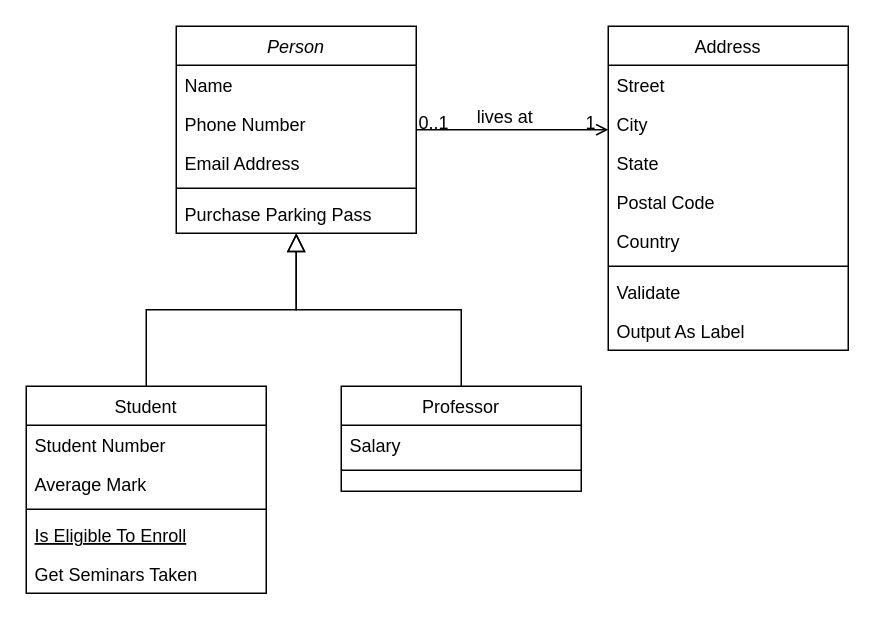
Barry319/UML keeps this draw.io diagram as Unbenanntes Diagramm.drawio. Above is the earlier version. Source tidied: cells renumbered, new cells numbered last; positions are measured from the earlier drawing's top-left corner, leaving out a move shared by most shapes. Both pictures are drawn from the tidied source at 150%, with x=0, y=0 at pixel (26, 26).
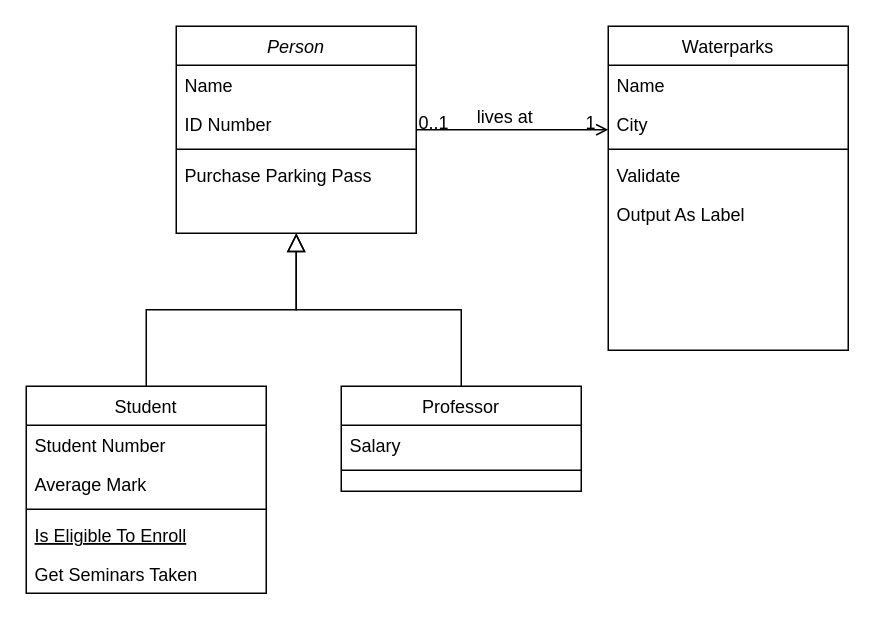
Above is the later version.

Unchanged cells that the change refers to:
```xml
<mxCell id="2" value="Person" style="swimlane;fontStyle=2;align=center;verticalAlign=top;horizontal=1;startSize=26;rounded=0;shadow=0;strokeWidth=1;" parent="1" vertex="1">
  <mxGeometry x="100" width="160" height="138" as="geometry" />
</mxCell>
```

Diff of the diagram source:
```diff
@@
-    <mxCell id="4" value="Phone Number" style="text;align=left;verticalAlign=top;spacingLeft=4;spacingRight=4;overflow=hidden;rounded=0;shadow=0;html=0;" parent="2" vertex="1">
+    <mxCell id="4" value="ID Number" style="text;align=left;verticalAlign=top;spacingLeft=4;spacingRight=4;overflow=hidden;rounded=0;shadow=0;html=0;" parent="2" vertex="1">
       <mxGeometry y="52" width="160" height="26" as="geometry" />
     </mxCell>
-    <mxCell id="5" value="Email Address" style="text;align=left;verticalAlign=top;spacingLeft=4;spacingRight=4;overflow=hidden;rounded=0;shadow=0;html=0;" parent="2" vertex="1">
-      <mxGeometry y="78" width="160" height="26" as="geometry" />
-    </mxCell>
     <mxCell id="6" style="line;html=1;strokeWidth=1;align=left;verticalAlign=middle;spacingTop=-1;spacingLeft=3;spacingRight=3;labelPosition=right;" parent="2" vertex="1">
-      <mxGeometry y="104" width="160" height="8" as="geometry" />
+      <mxGeometry y="78" width="160" height="8" as="geometry" />
     </mxCell>
     <mxCell id="7" value="Purchase Parking Pass" style="text;align=left;verticalAlign=top;spacingLeft=4;spacingRight=4;overflow=hidden;" parent="2" vertex="1">
-      <mxGeometry y="112" width="160" height="26" as="geometry" />
+      <mxGeometry y="86" width="160" height="26" as="geometry" />
     </mxCell>
@@
-    <mxCell id="19" value="Address" style="swimlane;fontStyle=0;align=center;verticalAlign=top;horizontal=1;startSize=26;rounded=0;shadow=0;strokeWidth=1;" parent="1" vertex="1">
+    <mxCell id="19" value="Waterparks" style="swimlane;fontStyle=0;align=center;verticalAlign=top;horizontal=1;startSize=26;rounded=0;shadow=0;strokeWidth=1;" parent="1" vertex="1">
       <mxGeometry x="388" width="160" height="216" as="geometry" />
     </mxCell>
-    <mxCell id="20" value="Street" style="text;align=left;verticalAlign=top;spacingLeft=4;spacingRight=4;overflow=hidden;" parent="19" vertex="1">
+    <mxCell id="20" value="Name" style="text;align=left;verticalAlign=top;spacingLeft=4;spacingRight=4;overflow=hidden;" parent="19" vertex="1">
       <mxGeometry y="26" width="160" height="26" as="geometry" />
     </mxCell>
@@
-    <mxCell id="22" value="State" style="text;align=left;verticalAlign=top;spacingLeft=4;spacingRight=4;overflow=hidden;rounded=0;shadow=0;html=0;" parent="19" vertex="1">
-      <mxGeometry y="78" width="160" height="26" as="geometry" />
-    </mxCell>
-    <mxCell id="23" value="Postal Code" style="text;align=left;verticalAlign=top;spacingLeft=4;spacingRight=4;overflow=hidden;rounded=0;shadow=0;html=0;" parent="19" vertex="1">
-      <mxGeometry y="104" width="160" height="26" as="geometry" />
-    </mxCell>
-    <mxCell id="24" value="Country" style="text;align=left;verticalAlign=top;spacingLeft=4;spacingRight=4;overflow=hidden;rounded=0;shadow=0;html=0;" parent="19" vertex="1">
-      <mxGeometry y="130" width="160" height="26" as="geometry" />
-    </mxCell>
     <mxCell id="25" style="line;html=1;strokeWidth=1;align=left;verticalAlign=middle;spacingTop=-1;spacingLeft=3;spacingRight=3;labelPosition=right;" parent="19" vertex="1">
-      <mxGeometry y="156" width="160" height="8" as="geometry" />
+      <mxGeometry y="78" width="160" height="8" as="geometry" />
     </mxCell>
     <mxCell id="26" value="Validate" style="text;align=left;verticalAlign=top;spacingLeft=4;spacingRight=4;overflow=hidden;" parent="19" vertex="1">
-      <mxGeometry y="164" width="160" height="26" as="geometry" />
+      <mxGeometry y="86" width="160" height="26" as="geometry" />
     </mxCell>
     <mxCell id="27" value="Output As Label" style="text;align=left;verticalAlign=top;spacingLeft=4;spacingRight=4;overflow=hidden;" parent="19" vertex="1">
-      <mxGeometry y="190" width="160" height="26" as="geometry" />
+      <mxGeometry y="112" width="160" height="26" as="geometry" />
     </mxCell>
```
